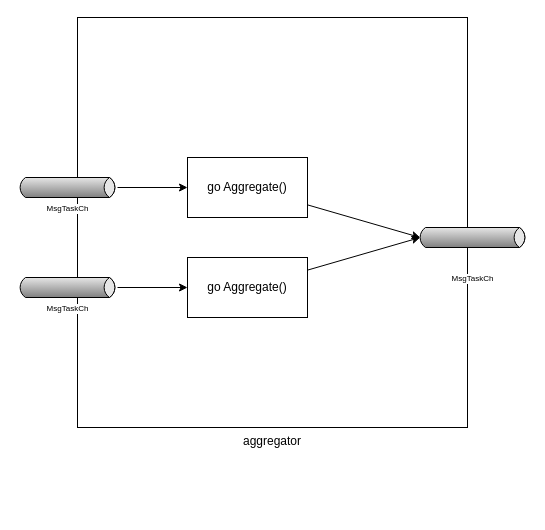
AOisUsed/vds keeps this draw.io diagram as page "aggregator" (4 of 4) of vds图示.drawio. Above is the earlier version. Source tidied: cells renumbered, new cells numbered last; positions are measured from the earlier drawing's top-left corner, leaving out a move shared by most shapes. Both pictures are drawn from the tidied source at 100%, with x=0, y=0 at pixel (17, 17).
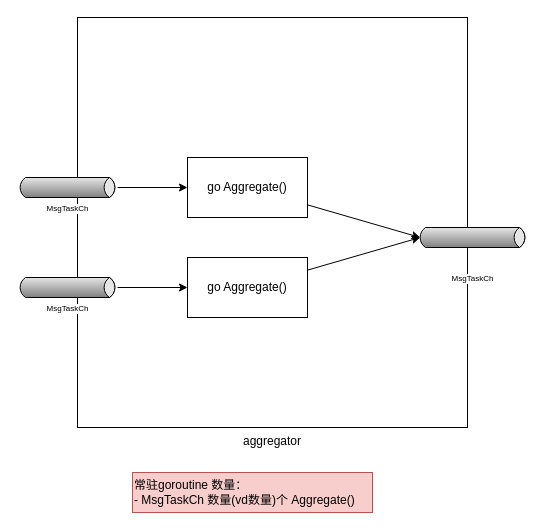
After the change.

Diff of the diagram source:
```diff
@@
 <mxGraphModel>
   <root>
     <mxCell id="0" />
     <mxCell id="1" parent="0" />
     <mxCell id="2" value="aggregator" style="rounded=0;whiteSpace=wrap;html=1;verticalAlign=top;labelPosition=center;verticalLabelPosition=bottom;align=center;" parent="1" vertex="1">
       <mxGeometry x="60" width="390" height="410" as="geometry" />
     </mxCell>
     <mxCell id="3" style="edgeStyle=orthogonalEdgeStyle;rounded=0;jettySize=auto;html=1;" parent="1" edge="1" source="4" target="9">
       <mxGeometry relative="1" as="geometry" />
     </mxCell>
     <mxCell id="4" value="MsgTaskCh" style="strokeWidth=1;outlineConnect=0;dashed=0;align=center;html=1;fontSize=8;shape=mxgraph.eip.messageChannel;verticalLabelPosition=bottom;labelBackgroundColor=#ffffff;verticalAlign=top;" parent="1" vertex="1">
       <mxGeometry y="160" width="100" height="20" as="geometry" />
     </mxCell>
     <mxCell id="5" style="edgeStyle=orthogonalEdgeStyle;rounded=0;jettySize=auto;html=1;" parent="1" edge="1" source="6" target="11">
       <mxGeometry relative="1" as="geometry" />
     </mxCell>
     <mxCell id="6" value="MsgTaskCh" style="strokeWidth=1;outlineConnect=0;dashed=0;align=center;html=1;fontSize=8;shape=mxgraph.eip.messageChannel;verticalLabelPosition=bottom;labelBackgroundColor=#ffffff;verticalAlign=top;" parent="1" vertex="1">
       <mxGeometry y="260" width="100" height="20" as="geometry" />
     </mxCell>
     <mxCell id="7" value="MsgTaskCh" style="strokeWidth=1;outlineConnect=0;dashed=0;align=center;html=1;fontSize=8;shape=mxgraph.eip.messageChannel;verticalLabelPosition=bottom;labelBackgroundColor=#ffffff;verticalAlign=top;" parent="1" vertex="1">
       <mxGeometry x="400" y="190" width="110" height="60" as="geometry" />
     </mxCell>
     <mxCell id="8" style="rounded=0;jettySize=auto;html=1;entryX=0;entryY=0.5;entryDx=2.7;entryDy=0;entryPerimeter=0;" parent="1" edge="1" source="9" target="7">
       <mxGeometry relative="1" as="geometry" />
     </mxCell>
     <mxCell id="9" value="go Aggregate()" style="rounded=0;whiteSpace=wrap;html=1;" parent="1" vertex="1">
       <mxGeometry x="170" y="140" width="120" height="60" as="geometry" />
     </mxCell>
     <mxCell id="10" style="rounded=0;jettySize=auto;html=1;entryX=0;entryY=0.5;entryDx=2.7;entryDy=0;entryPerimeter=0;" parent="1" edge="1" source="11" target="7">
       <mxGeometry relative="1" as="geometry" />
     </mxCell>
     <mxCell id="11" value="go Aggregate()" style="rounded=0;whiteSpace=wrap;html=1;" parent="1" vertex="1">
       <mxGeometry x="170" y="240" width="120" height="60" as="geometry" />
     </mxCell>
+    <mxCell id="12" value="常驻goroutine 数量：&lt;br&gt;- MsgTaskCh 数量(vd数量)个 Aggregate()" style="text;html=1;align=left;verticalAlign=middle;strokeColor=#b85450;fillColor=#f8cecc;" parent="1" vertex="1">
+      <mxGeometry x="115" y="455" width="240" height="40" as="geometry" />
+    </mxCell>
   </root>
 </mxGraphModel>
```
